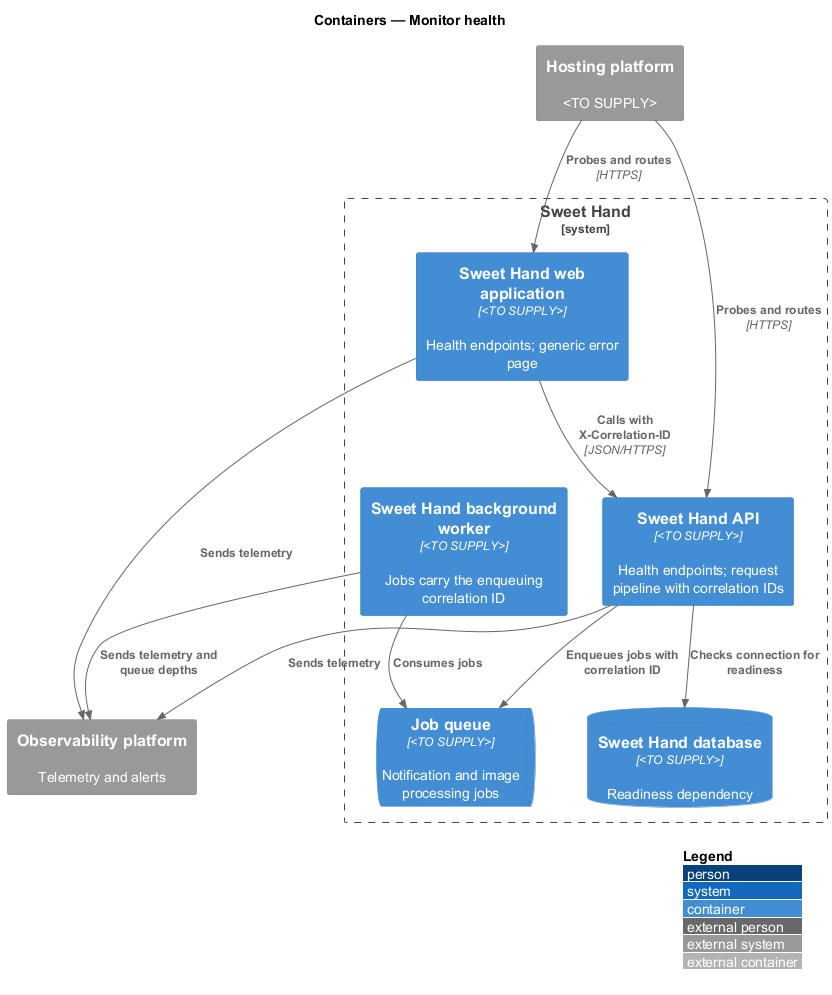
QuinntyneBrown/sweet-hand keeps this PlantUML diagram as docs/detailed-designs/platform/monitor-health/diagrams/c4-container.png. Above is the earlier version.
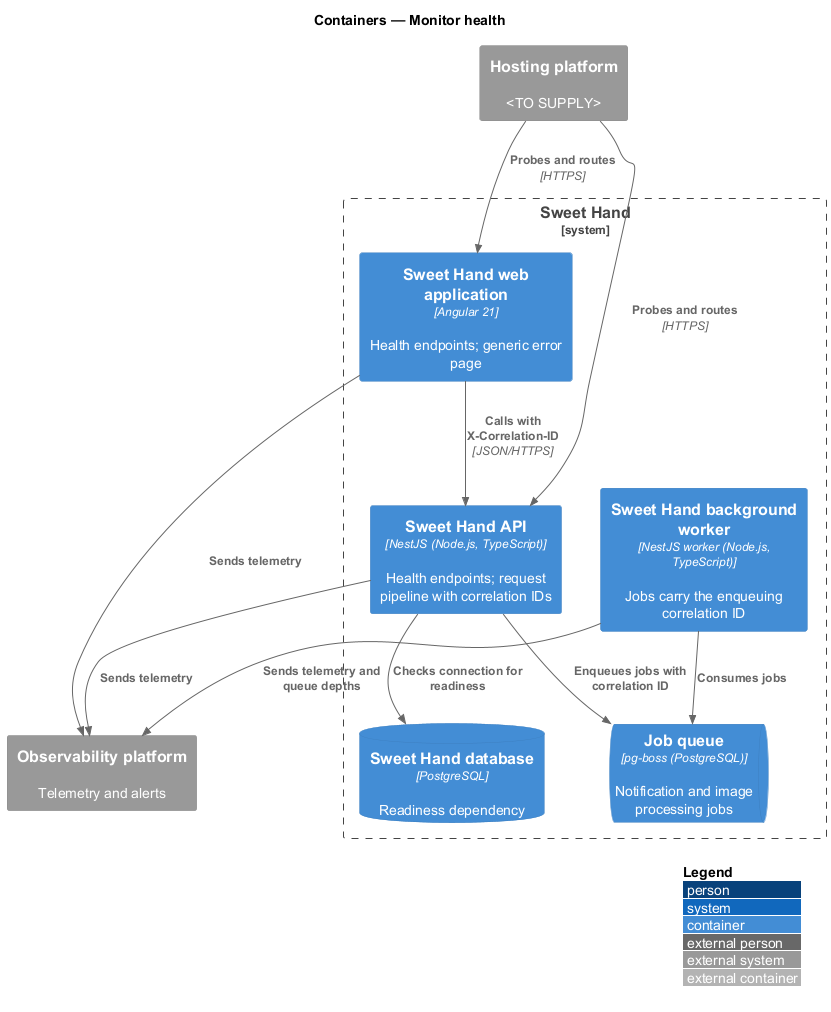
Above is the later version.

Diff of the diagram source:
```diff
@@ -6,11 +6,11 @@
 System_Ext(hosting, "Hosting platform", "<TO SUPPLY>")
 System_Ext(obs, "Observability platform", "Telemetry and alerts")
 System_Boundary(sweethand, "Sweet Hand") {
-  Container(web, "Sweet Hand web application", "<TO SUPPLY>", "Health endpoints; generic error page")
-  Container(api, "Sweet Hand API", "<TO SUPPLY>", "Health endpoints; request pipeline with correlation IDs")
-  Container(worker, "Sweet Hand background worker", "<TO SUPPLY>", "Jobs carry the enqueuing correlation ID")
-  ContainerDb(db, "Sweet Hand database", "<TO SUPPLY>", "Readiness dependency")
-  ContainerQueue(queue, "Job queue", "<TO SUPPLY>", "Notification and image processing jobs")
+  Container(web, "Sweet Hand web application", "Angular 21", "Health endpoints; generic error page")
+  Container(api, "Sweet Hand API", "NestJS (Node.js, TypeScript)", "Health endpoints; request pipeline with correlation IDs")
+  Container(worker, "Sweet Hand background worker", "NestJS worker (Node.js, TypeScript)", "Jobs carry the enqueuing correlation ID")
+  ContainerDb(db, "Sweet Hand database", "PostgreSQL", "Readiness dependency")
+  ContainerQueue(queue, "Job queue", "pg-boss (PostgreSQL)", "Notification and image processing jobs")
 }
 
 Rel(hosting, web, "Probes and routes", "HTTPS")
```
